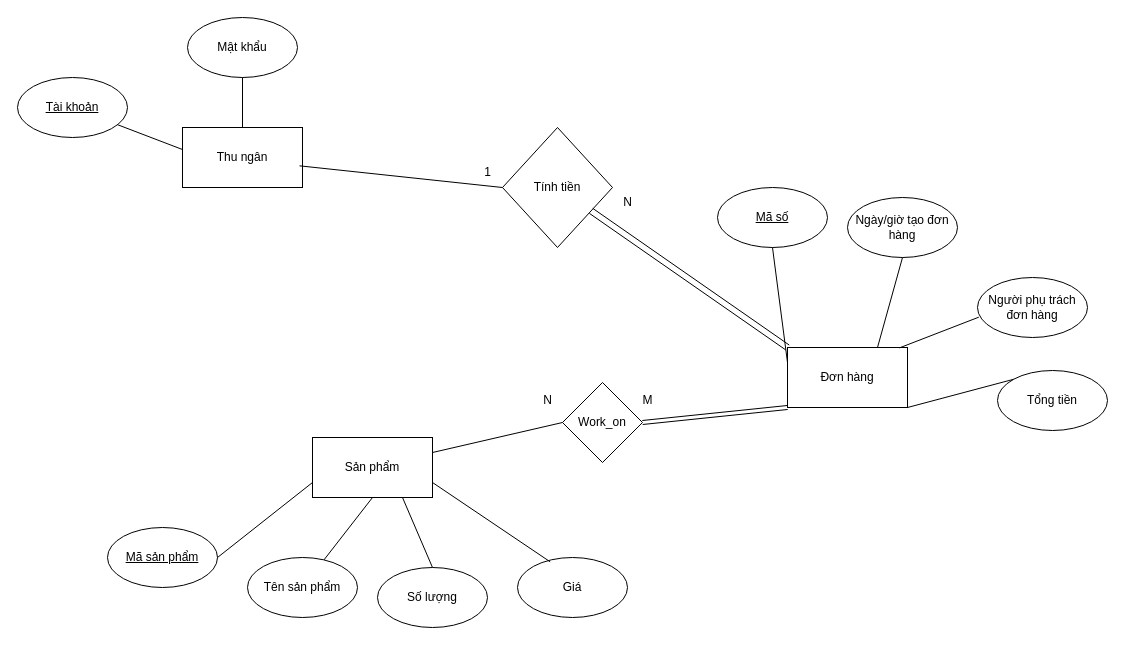
Before: QuanLyNhaHang.drawio in bomnguyen1907/draw_database, a draw.io diagram. Source tidied: cells renumbered, new cells numbered last; positions are measured from the earlier drawing's top-left corner, leaving out a move shared by most shapes. Both pictures are drawn from the tidied source at 100%, with x=0, y=0 at pixel (17, 17).
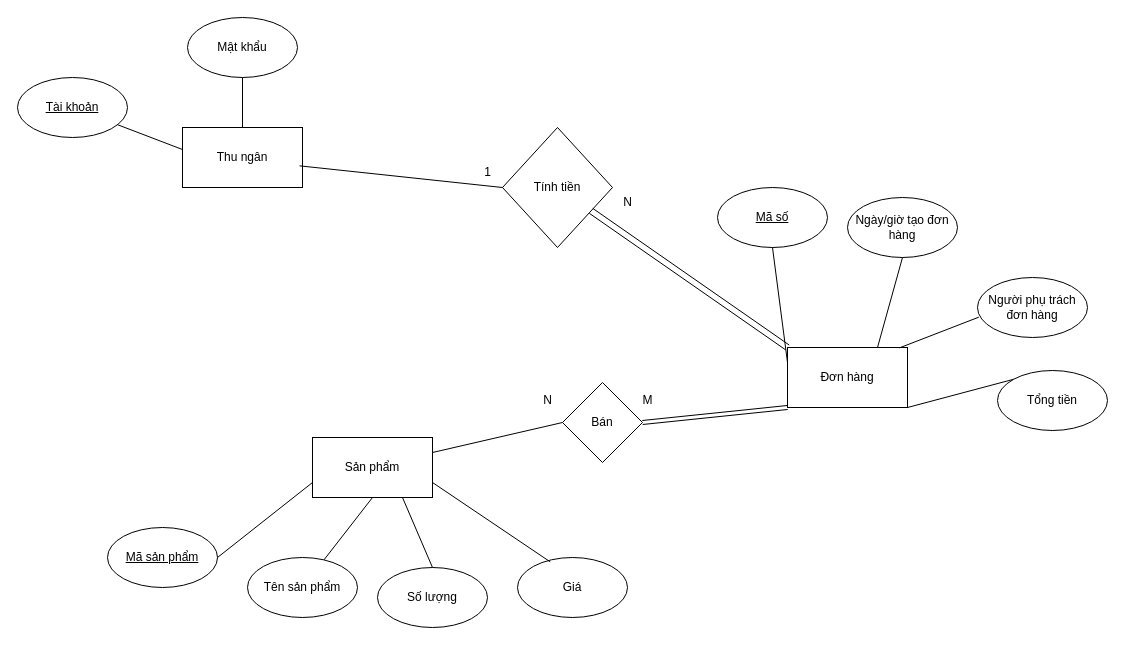
The same page after the edit.

Commit message:
Cập nhật QuanLyNhaHang.drawio

Change to the diagram source:
```diff
@@
-    <mxCell id="30" value="Work_on" style="rhombus;whiteSpace=wrap;html=1;shadow=0;glass=0;strokeColor=default;strokeWidth=1;align=center;verticalAlign=middle;fontFamily=Helvetica;fontSize=12;fontColor=default;fillColor=default;" parent="1" vertex="1">
+    <mxCell id="30" value="Bán" style="rhombus;whiteSpace=wrap;html=1;shadow=0;glass=0;strokeColor=default;strokeWidth=1;align=center;verticalAlign=middle;fontFamily=Helvetica;fontSize=12;fontColor=default;fillColor=default;" parent="1" vertex="1">
       <mxGeometry x="545" y="365" width="80" height="80" as="geometry" />
     </mxCell>
```
